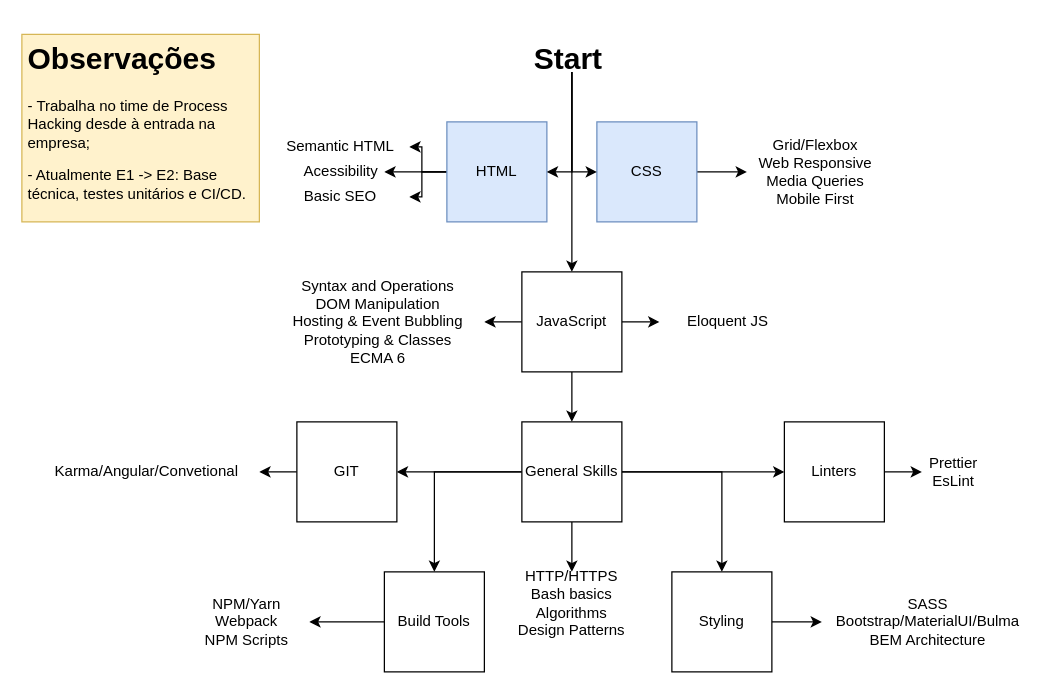
Earlier version of the draw.io diagram Roadmap.drawio (azraelgarden/maju-mentoria). Source tidied: cells renumbered, new cells numbered last; positions are measured from the earlier drawing's top-left corner, leaving out a move shared by most shapes. Both pictures are drawn from the tidied source at 125%, with x=0, y=0 at pixel (21, 34).
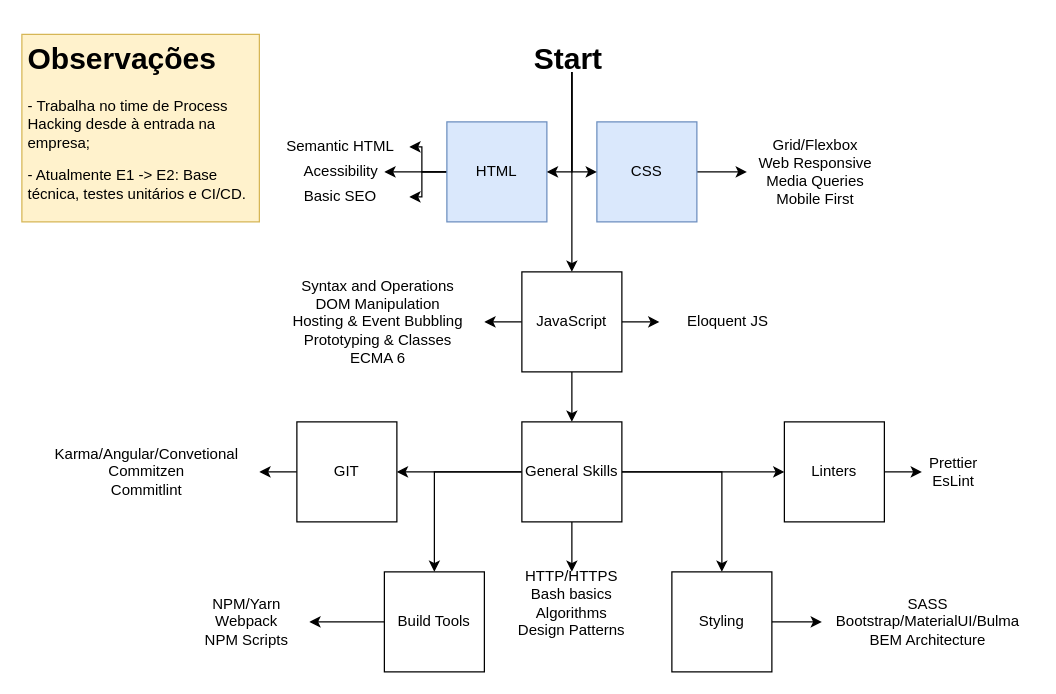
The same page after the edit.

The edit, as a diff of the source:
```diff
@@
-    <mxCell id="44" value="Karma/Angular/Convetional" style="text;html=1;strokeColor=none;fillColor=none;align=center;verticalAlign=middle;whiteSpace=wrap;rounded=0;" parent="1" vertex="1">
+    <mxCell id="44" value="Karma/Angular/Convetional&lt;br&gt;Commitzen&lt;br&gt;Commitlint" style="text;html=1;strokeColor=none;fillColor=none;align=center;verticalAlign=middle;whiteSpace=wrap;rounded=0;" parent="1" vertex="1">
       <mxGeometry x="10" y="340" width="180" height="20" as="geometry" />
     </mxCell>
```
